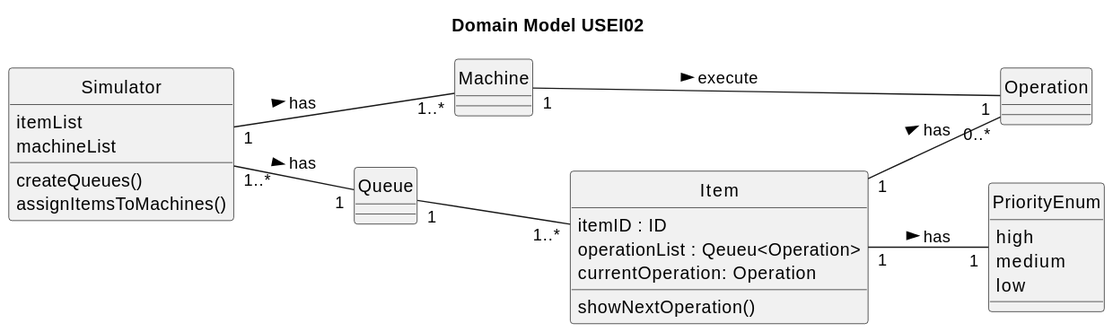
The PlantUML diagram documentation/sprint1/ESINF/usei02/02.analysis/svg/usei02-domain-model.svg in JorgeUbaldoR/sem3-25-pi-2024_25-G131, before a commit. Its diagram source:
```plantuml
@startuml
skinparam monochrome true
skinparam packageStyle rectangle
skinparam shadowing false

left to right direction

skinparam classAttributeIconSize 0

hide circle

title Domain Model USEI02


class Simulator {
    itemList
    machineList
    createQueues()
    assignItemsToMachines()
}

class Item {
    itemID : ID
    operationList : Qeueu<Operation>
    currentOperation: Operation
    showNextOperation()
}

class PriorityEnum{
    high
    medium
    low
}



class Operation {

}

class Machine{
}

class Queue{
}

Item "1" -- "0..*" Operation : has >
Machine "1" - "         1" Operation: execute >
Item "1" -- "1" PriorityEnum : has >
Simulator "1..*" -- "1" Queue: has >
Simulator "1" -- "1..*" Machine : has >
Queue "1" -- "1..*" Item
@enduml
```
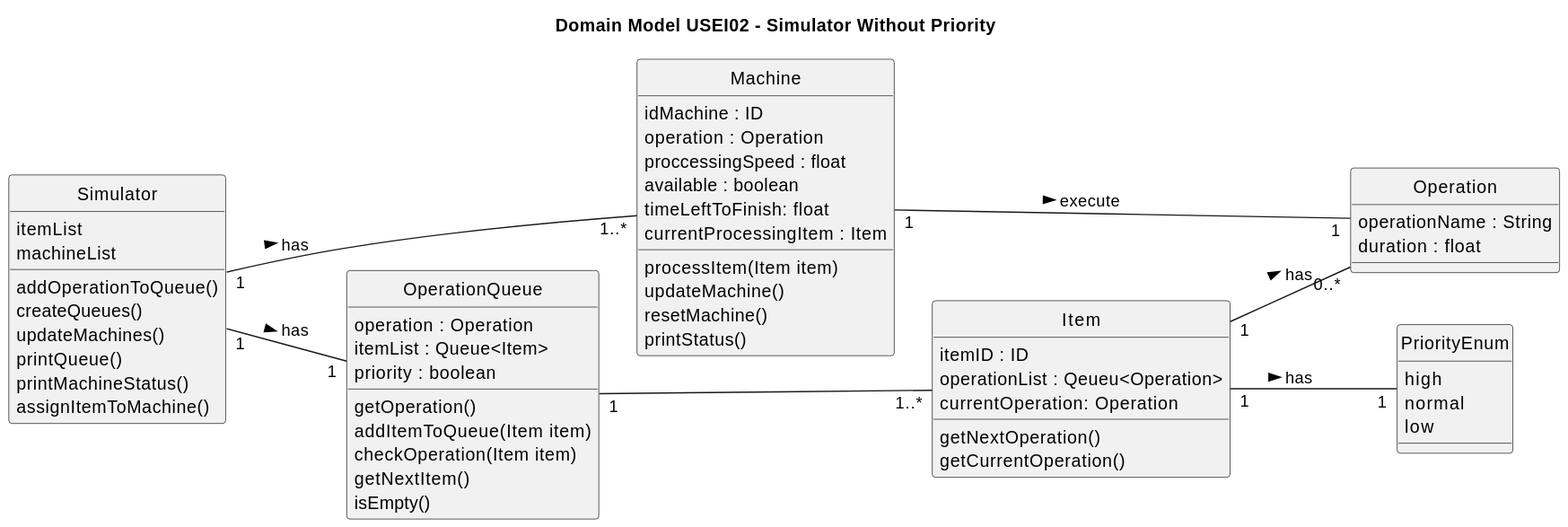
The same diagram one commit later.

Commit message:
USEI02 Esoft

Diff of the diagram source:
```diff
@@ -9,45 +9,71 @@
 
 hide circle
 
-title Domain Model USEI02
+title Domain Model USEI02 - Simulator Without Priority
 
 
 class Simulator {
     itemList
     machineList
+    addOperationToQueue()
     createQueues()
-    assignItemsToMachines()
+    updateMachines()
+    printQueue()
+    printMachineStatus()
+    assignItemToMachine()
 }
 
 class Item {
     itemID : ID
     operationList : Qeueu<Operation>
     currentOperation: Operation
-    showNextOperation()
+    getNextOperation()
+    getCurrentOperation()
 }
 
 class PriorityEnum{
     high
-    medium
+    normal
     low
 }
 
 
 
 class Operation {
+    operationName : String
+    duration : float
+}
+
+class Machine{
+    idMachine : ID
+    operation : Operation
+    proccessingSpeed : float
+    available : boolean
+    timeLeftToFinish: float
+    currentProcessingItem : Item
+    processItem(Item item)
+    updateMachine()
+    resetMachine()
+    printStatus()
 
 }
 
-class Machine{
-}
+class OperationQueue{
+    operation : Operation
+    itemList : Queue<Item>
+    priority : boolean
+    getOperation()
+    addItemToQueue(Item item)
+    checkOperation(Item item)
+    getNextItem()
+    isEmpty()
 
-class Queue{
 }
 
 Item "1" -- "0..*" Operation : has >
 Machine "1" - "         1" Operation: execute >
 Item "1" -- "1" PriorityEnum : has >
-Simulator "1..*" -- "1" Queue: has >
+Simulator "1" -- "1" OperationQueue: has >
 Simulator "1" -- "1..*" Machine : has >
-Queue "1" -- "1..*" Item
+OperationQueue "1" -- "1..*" Item
 @enduml
```
